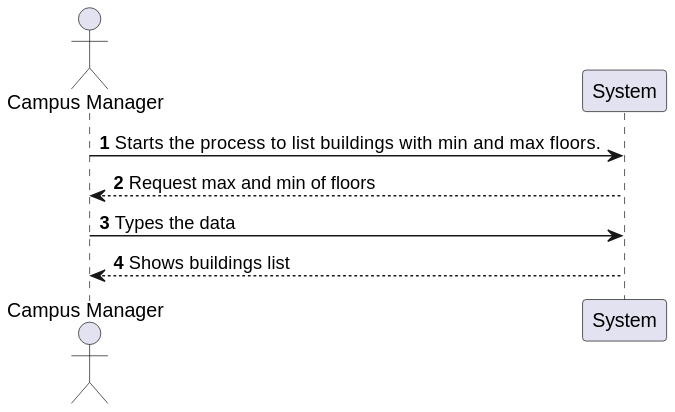
The PlantUML diagram Visualization/docs/US_1070/Diagrams/Level1/ProcessView.svg in Pedro-Pereira1/sem5pi_23_24_g056_Visualization, before a commit.
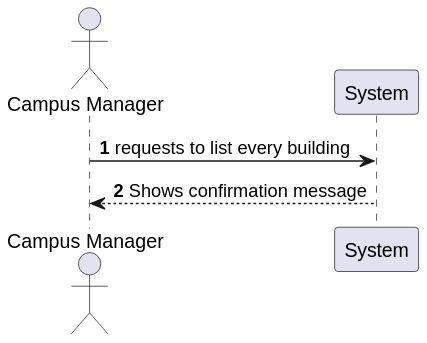
The same diagram one commit later.

What changed in the source:
```diff
@@ -1,9 +1,10 @@
 @startuml
+
 autonumber
 actor "Campus Manager" as CM
 
-CM -> System: Starts the process to  list buildings with min and max floors.
-System --> CM: Request max and min of floors
-CM -> System: Types the data
-CM <-- System: Shows buildings list
+CM -> System: requests to list every building
+CM <-- System: Shows confirmation message
+
+
 @enduml
```
